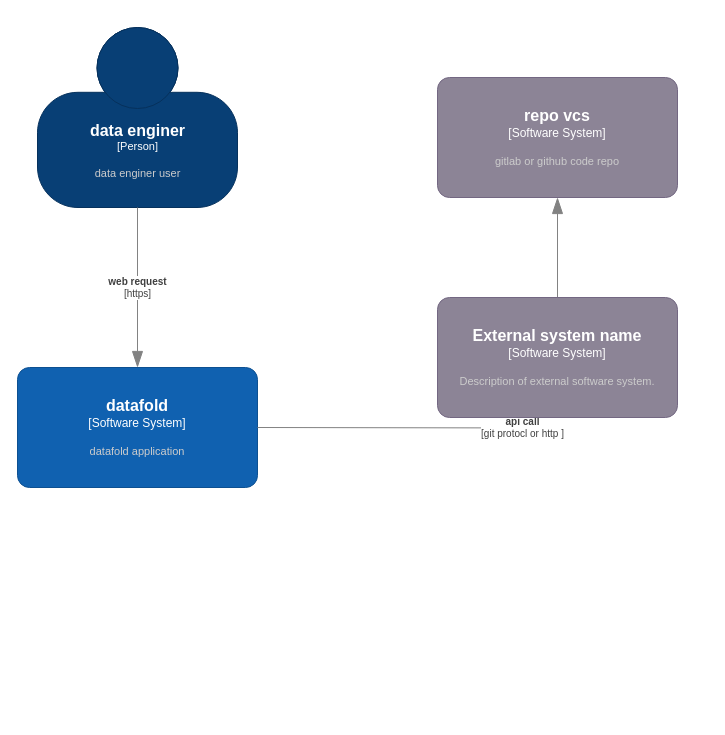
This is c4-learning.drawio from apicaddyway/architecture-docs, a draw.io file, before an edit. Source tidied: cells renumbered, new cells numbered last; positions are measured from the earlier drawing's top-left corner, leaving out a move shared by most shapes. Both pictures are drawn from the tidied source at 100%, with x=0, y=0 at pixel (17, 27).
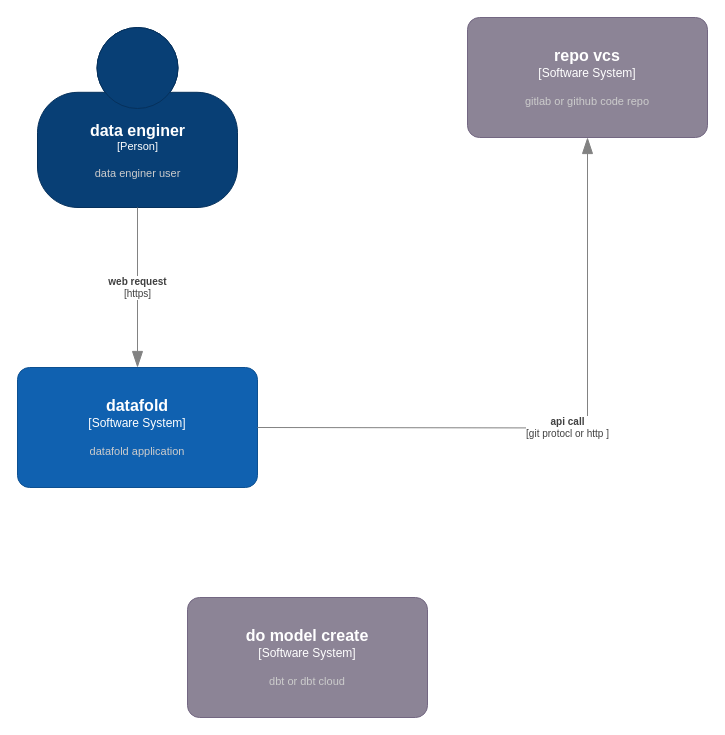
Above is the later version.

The edit, as a diff of the source:
```diff
@@
 <mxGraphModel>
   <root>
     <mxCell id="0" />
     <mxCell id="1" parent="0" />
     <object id="2" label="&lt;font style=&quot;font-size: 16px&quot;&gt;&lt;b&gt;%c4Name%&lt;/b&gt;&lt;/font&gt;&lt;div&gt;[%c4Type%]&lt;/div&gt;&lt;br&gt;&lt;div&gt;&lt;font style=&quot;font-size: 11px&quot;&gt;&lt;font color=&quot;#cccccc&quot;&gt;%c4Description%&lt;/font&gt;&lt;/div&gt;" c4Description="data enginer user  " c4Name="data enginer" c4Type="Person" placeholders="1">
       <mxCell style="html=1;fontSize=11;dashed=0;whitespace=wrap;fillColor=#083F75;strokeColor=#06315C;fontColor=#ffffff;shape=mxgraph.c4.person2;align=center;points=[[0.5,0,0],[1,0.5,0],[1,0.75,0],[0.75,1,0],[0.5,1,0],[0.25,1,0],[0,0.75,0],[0,0.5,0]];" parent="1" vertex="1">
         <mxGeometry x="20" width="200" height="180" as="geometry" />
       </mxCell>
     </object>
     <object id="3" label="&lt;font style=&quot;font-size: 16px&quot;&gt;&lt;b&gt;%c4Name%&lt;/b&gt;&lt;/font&gt;&lt;div&gt;[%c4Type%]&lt;/div&gt;&lt;br&gt;&lt;div&gt;&lt;font style=&quot;font-size: 11px&quot;&gt;&lt;font color=&quot;#cccccc&quot;&gt;%c4Description%&lt;/font&gt;&lt;/div&gt;" c4Description="datafold  application" c4Name="datafold" c4Type="Software System" placeholders="1">
       <mxCell style="rounded=1;whiteSpace=wrap;html=1;labelBackgroundColor=none;fillColor=#1061B0;fontColor=#ffffff;align=center;arcSize=10;strokeColor=#0D5091;points=[[0.25,0,0],[0.5,0,0],[0.75,0,0],[1,0.25,0],[1,0.5,0],[1,0.75,0],[0.75,1,0],[0.5,1,0],[0.25,1,0],[0,0.75,0],[0,0.5,0],[0,0.25,0]];" parent="1" vertex="1">
         <mxGeometry y="340" width="240" height="120" as="geometry" />
       </mxCell>
     </object>
     <object id="4" label="&lt;div style=&quot;text-align: left&quot;&gt;&lt;div style=&quot;text-align: center&quot;&gt;&lt;b&gt;%c4Description%&lt;/b&gt;&lt;/div&gt;&lt;div style=&quot;text-align: center&quot;&gt;[%c4Technology%]&lt;/div&gt;&lt;/div&gt;" c4Description="web request" c4Technology="https" placeholders="1">
       <mxCell style="endArrow=blockThin;html=1;fontSize=10;fontColor=#404040;strokeWidth=1;endFill=1;strokeColor=#828282;elbow=vertical;endSize=14;startSize=14;jumpStyle=arc;jumpSize=16;rounded=0;edgeStyle=orthogonalEdgeStyle;exitX=0.5;exitY=1;exitDx=0;exitDy=0;exitPerimeter=0;" parent="1" edge="1" source="2" target="3">
         <mxGeometry relative="1" as="geometry" />
       </mxCell>
     </object>
     <object id="5" label="&lt;font style=&quot;font-size: 16px&quot;&gt;&lt;b&gt;%c4Name%&lt;/b&gt;&lt;/font&gt;&lt;div&gt;[%c4Type%]&lt;/div&gt;&lt;br&gt;&lt;div&gt;&lt;font style=&quot;font-size: 11px&quot;&gt;&lt;font color=&quot;#cccccc&quot;&gt;%c4Description%&lt;/font&gt;&lt;/div&gt;" c4Description="gitlab or github code repo" c4Name="repo vcs " c4Type="Software System" placeholders="1">
       <mxCell style="rounded=1;whiteSpace=wrap;html=1;labelBackgroundColor=none;fillColor=#8C8496;fontColor=#ffffff;align=center;arcSize=10;strokeColor=#736782;points=[[0.25,0,0],[0.5,0,0],[0.75,0,0],[1,0.25,0],[1,0.5,0],[1,0.75,0],[0.75,1,0],[0.5,1,0],[0.25,1,0],[0,0.75,0],[0,0.5,0],[0,0.25,0]];" parent="1" vertex="1">
-        <mxGeometry x="420" y="50" width="240" height="120" as="geometry" />
+        <mxGeometry x="450" y="-10" width="240" height="120" as="geometry" />
       </mxCell>
     </object>
     <object id="6" label="&lt;div style=&quot;text-align: left&quot;&gt;&lt;div style=&quot;text-align: center&quot;&gt;&lt;b&gt;%c4Description%&lt;/b&gt;&lt;/div&gt;&lt;div style=&quot;text-align: center&quot;&gt;[%c4Technology%]&lt;/div&gt;&lt;/div&gt;" c4Description="api call " c4Technology="git protocl or http " placeholders="1">
       <mxCell style="endArrow=blockThin;html=1;fontSize=10;fontColor=#404040;strokeWidth=1;endFill=1;strokeColor=#828282;elbow=vertical;endSize=14;startSize=14;jumpStyle=arc;jumpSize=16;rounded=0;edgeStyle=orthogonalEdgeStyle;entryX=0.5;entryY=1;entryDx=0;entryDy=0;entryPerimeter=0;" parent="1" edge="1" target="5">
         <mxGeometry relative="1" as="geometry">
           <mxPoint x="240" y="400" as="sourcePoint" />
         </mxGeometry>
       </mxCell>
     </object>
-    <object id="7" label="&lt;font style=&quot;font-size: 16px&quot;&gt;&lt;b&gt;%c4Name%&lt;/b&gt;&lt;/font&gt;&lt;div&gt;[%c4Type%]&lt;/div&gt;&lt;br&gt;&lt;div&gt;&lt;font style=&quot;font-size: 11px&quot;&gt;&lt;font color=&quot;#cccccc&quot;&gt;%c4Description%&lt;/font&gt;&lt;/div&gt;" c4Description="Description of external software system." c4Name="External system name" c4Type="Software System" placeholders="1">
+    <object id="7" label="&lt;font style=&quot;font-size: 16px&quot;&gt;&lt;b&gt;%c4Name%&lt;/b&gt;&lt;/font&gt;&lt;div&gt;[%c4Type%]&lt;/div&gt;&lt;br&gt;&lt;div&gt;&lt;font style=&quot;font-size: 11px&quot;&gt;&lt;font color=&quot;#cccccc&quot;&gt;%c4Description%&lt;/font&gt;&lt;/div&gt;" c4Description="dbt or dbt cloud " c4Name="do model create " c4Type="Software System" placeholders="1">
       <mxCell style="rounded=1;whiteSpace=wrap;html=1;labelBackgroundColor=none;fillColor=#8C8496;fontColor=#ffffff;align=center;arcSize=10;strokeColor=#736782;" parent="1" vertex="1">
-        <mxGeometry x="420" y="270" width="240" height="120" as="geometry" />
+        <mxGeometry x="170" y="570" width="240" height="120" as="geometry" />
       </mxCell>
     </object>
   </root>
 </mxGraphModel>
```
